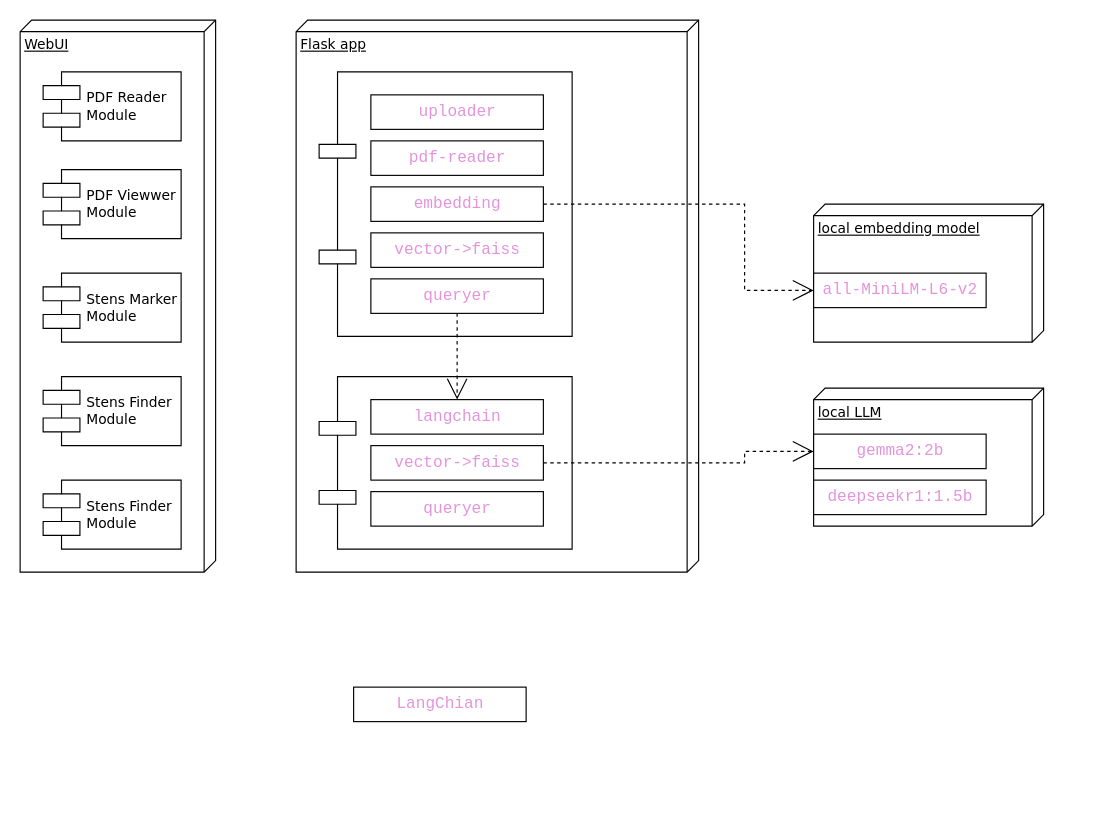
The draw.io diagram 未命名绘图.drawio in TianZonglin/drawioo, before the edit. Source tidied: cells renumbered, new cells numbered last; positions are measured from the earlier drawing's top-left corner, leaving out a move shared by most shapes. Both pictures are drawn from the tidied source at 115%, with x=0, y=0 at pixel (20, 20).
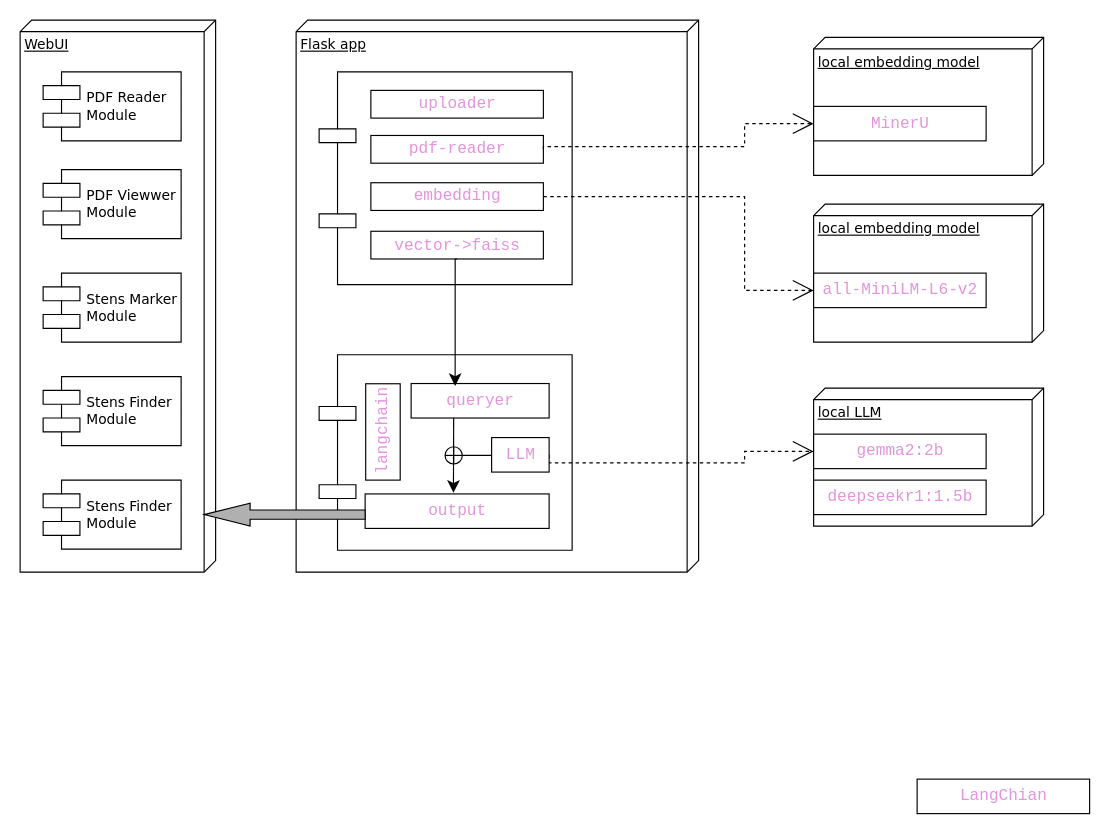
Above is the later version.

Commit message:
更新未命名绘图.drawio

The change refers to these unchanged cells:
```xml
<mxCell id="6" value="local embedding model" style="verticalAlign=top;align=left;spacingTop=8;spacingLeft=2;spacingRight=12;shape=cube;size=10;direction=south;fontStyle=4;html=1;rounded=0;shadow=0;comic=0;labelBackgroundColor=none;strokeWidth=1;fontFamily=Verdana;fontSize=12;" parent="1" vertex="1">
  <mxGeometry x="690" y="160" width="200" height="120" as="geometry" />
</mxCell>
<mxCell id="8" value="&lt;div style=&quot;color: rgb(214, 214, 221); font-family: Consolas, &amp;quot;Courier New&amp;quot;, monospace; font-size: 14px; line-height: 19px; white-space-collapse: preserve;&quot;&gt;&lt;span style=&quot;color: rgb(227, 148, 220);&quot;&gt;gemma2:2b&lt;/span&gt;&lt;/div&gt;" style="html=1;rounded=0;shadow=0;comic=0;labelBackgroundColor=none;strokeWidth=1;fontFamily=Verdana;fontSize=12;align=center;" parent="1" vertex="1">
  <mxGeometry x="690" y="360" width="150" height="30" as="geometry" />
</mxCell>
```

The edit, as a diff of the source:
```diff
@@
     <mxCell id="10" value="&lt;div style=&quot;color: rgb(214, 214, 221); font-family: Consolas, &amp;quot;Courier New&amp;quot;, monospace; font-size: 14px; line-height: 19px; white-space-collapse: preserve;&quot;&gt;&lt;span style=&quot;color: rgb(227, 148, 220);&quot;&gt;LangChian&lt;/span&gt;&lt;/div&gt;" style="html=1;rounded=0;shadow=0;comic=0;labelBackgroundColor=none;strokeWidth=1;fontFamily=Verdana;fontSize=12;align=center;" parent="1" vertex="1">
-      <mxGeometry x="290" y="580" width="150" height="30" as="geometry" />
+      <mxGeometry x="780" y="660" width="150" height="30" as="geometry" />
     </mxCell>
@@
     <mxCell id="15" style="group;" parent="1" vertex="1">
-      <mxGeometry x="260" y="45" width="220" height="230" as="geometry" />
+      <mxGeometry x="260" y="45" width="220" height="185" as="geometry" />
     </mxCell>
     <mxCell id="16" style="shape=component;align=left;spacingLeft=36;rounded=0;shadow=0;comic=0;labelBackgroundColor=none;strokeWidth=1;fontFamily=Verdana;fontSize=12;html=1;" parent="15" vertex="1">
-      <mxGeometry width="220" height="230" as="geometry" />
+      <mxGeometry width="220" height="185" as="geometry" />
     </mxCell>
     <mxCell id="17" value="&lt;div style=&quot;color: rgb(214, 214, 221); font-family: Consolas, &amp;quot;Courier New&amp;quot;, monospace; font-size: 14px; line-height: 19px; white-space-collapse: preserve;&quot;&gt;&lt;span style=&quot;color: rgb(227, 148, 220);&quot;&gt;pdf-reader&lt;/span&gt;&lt;/div&gt;" style="html=1;rounded=0;shadow=0;comic=0;labelBackgroundColor=none;strokeWidth=1;fontFamily=Verdana;fontSize=12;align=center;" parent="15" vertex="1">
-      <mxGeometry x="45" y="60" width="150" height="30" as="geometry" />
+      <mxGeometry x="45" y="55.3" width="150" height="24.1" as="geometry" />
     </mxCell>
     <mxCell id="18" value="&lt;div style=&quot;color: rgb(214, 214, 221); font-family: Consolas, &amp;quot;Courier New&amp;quot;, monospace; font-size: 14px; line-height: 19px; white-space-collapse: preserve;&quot;&gt;&lt;span style=&quot;color: rgb(227, 148, 220);&quot;&gt;uploader&lt;/span&gt;&lt;/div&gt;" style="html=1;rounded=0;shadow=0;comic=0;labelBackgroundColor=none;strokeWidth=1;fontFamily=Verdana;fontSize=12;align=center;" parent="15" vertex="1">
-      <mxGeometry x="45" y="20" width="150" height="30" as="geometry" />
+      <mxGeometry x="45" y="16.1" width="150" height="24.1" as="geometry" />
     </mxCell>
     <mxCell id="19" value="&lt;div style=&quot;color: rgb(214, 214, 221); font-family: Consolas, &amp;quot;Courier New&amp;quot;, monospace; font-size: 14px; line-height: 19px; white-space-collapse: preserve;&quot;&gt;&lt;span style=&quot;color: rgb(227, 148, 220);&quot;&gt;embedding&lt;/span&gt;&lt;/div&gt;" style="html=1;rounded=0;shadow=0;comic=0;labelBackgroundColor=none;strokeWidth=1;fontFamily=Verdana;fontSize=12;align=center;" parent="15" vertex="1">
-      <mxGeometry x="45" y="100" width="150" height="30" as="geometry" />
+      <mxGeometry x="45" y="96.4" width="150" height="24.1" as="geometry" />
     </mxCell>
     <mxCell id="20" value="&lt;div style=&quot;color: rgb(214, 214, 221); font-family: Consolas, &amp;quot;Courier New&amp;quot;, monospace; font-size: 14px; line-height: 19px; white-space-collapse: preserve;&quot;&gt;&lt;span style=&quot;color: rgb(227, 148, 220);&quot;&gt;vector-&amp;gt;faiss&lt;/span&gt;&lt;/div&gt;" style="html=1;rounded=0;shadow=0;comic=0;labelBackgroundColor=none;strokeWidth=1;fontFamily=Verdana;fontSize=12;align=center;" parent="15" vertex="1">
-      <mxGeometry x="45" y="140" width="150" height="30" as="geometry" />
+      <mxGeometry x="45" y="138.6" width="150" height="24.1" as="geometry" />
     </mxCell>
-    <mxCell id="21" value="&lt;div style=&quot;color: rgb(214, 214, 221); font-family: Consolas, &amp;quot;Courier New&amp;quot;, monospace; font-size: 14px; line-height: 19px; white-space-collapse: preserve;&quot;&gt;&lt;span style=&quot;color: rgb(227, 148, 220);&quot;&gt;queryer&lt;/span&gt;&lt;/div&gt;" style="html=1;rounded=0;shadow=0;comic=0;labelBackgroundColor=none;strokeWidth=1;fontFamily=Verdana;fontSize=12;align=center;" parent="15" vertex="1">
-      <mxGeometry x="45" y="180" width="150" height="30" as="geometry" />
-    </mxCell>
     <mxCell id="22" style="shape=component;align=left;spacingLeft=36;rounded=0;shadow=0;comic=0;labelBackgroundColor=none;strokeWidth=1;fontFamily=Verdana;fontSize=12;html=1;" parent="1" vertex="1">
-      <mxGeometry x="260" y="310" width="220" height="150" as="geometry" />
+      <mxGeometry x="260" y="291" width="220" height="170" as="geometry" />
     </mxCell>
-    <mxCell id="23" value="&lt;div style=&quot;color: rgb(214, 214, 221); font-family: Consolas, &amp;quot;Courier New&amp;quot;, monospace; font-size: 14px; line-height: 19px; white-space-collapse: preserve;&quot;&gt;&lt;span style=&quot;color: rgb(227, 148, 220);&quot;&gt;langchain&lt;/span&gt;&lt;/div&gt;" style="html=1;rounded=0;shadow=0;comic=0;labelBackgroundColor=none;strokeWidth=1;fontFamily=Verdana;fontSize=12;align=center;" parent="1" vertex="1">
-      <mxGeometry x="305" y="330" width="150" height="30" as="geometry" />
+    <mxCell id="23" value="&lt;div style=&quot;color: rgb(214, 214, 221); font-family: Consolas, &amp;quot;Courier New&amp;quot;, monospace; font-size: 14px; line-height: 19px; white-space-collapse: preserve;&quot;&gt;&lt;span style=&quot;color: rgb(227, 148, 220);&quot;&gt;langchain&lt;/span&gt;&lt;/div&gt;" style="html=1;rounded=0;shadow=0;comic=0;labelBackgroundColor=none;strokeWidth=1;fontFamily=Verdana;fontSize=12;align=center;rotation=-90;" parent="1" vertex="1">
+      <mxGeometry x="273.6" y="343.1" width="83.8" height="30" as="geometry" />
     </mxCell>
+    <mxCell id="26" style="edgeStyle=orthogonalEdgeStyle;rounded=0;html=1;labelBackgroundColor=none;startArrow=none;startFill=0;startSize=8;endArrow=open;endFill=0;endSize=16;fontFamily=Verdana;fontSize=12;dashed=1;" parent="1" edge="1" source="19" target="6">
+      <mxGeometry relative="1" as="geometry">
+        <Array as="points">
+          <mxPoint x="630" y="153" />
+          <mxPoint x="630" y="235" />
+        </Array>
+      </mxGeometry>
+    </mxCell>
+    <mxCell id="28" style="edgeStyle=orthogonalEdgeStyle;rounded=0;html=1;labelBackgroundColor=none;startArrow=none;startFill=0;startSize=8;endArrow=open;endFill=0;endSize=16;fontFamily=Verdana;fontSize=12;dashed=1;entryX=0;entryY=0.5;entryDx=0;entryDy=0;exitX=1;exitY=0.5;exitDx=0;exitDy=0;" parent="1" edge="1" source="24" target="8">
+      <mxGeometry relative="1" as="geometry">
+        <Array as="points">
+          <mxPoint x="460" y="385" />
+          <mxPoint x="630" y="385" />
+          <mxPoint x="630" y="375" />
+        </Array>
+      </mxGeometry>
+    </mxCell>
+    <mxCell id="29" value="local embedding model" style="verticalAlign=top;align=left;spacingTop=8;spacingLeft=2;spacingRight=12;shape=cube;size=10;direction=south;fontStyle=4;html=1;rounded=0;shadow=0;comic=0;labelBackgroundColor=none;strokeWidth=1;fontFamily=Verdana;fontSize=12;" parent="1" vertex="1">
+      <mxGeometry x="690" y="15" width="200" height="120" as="geometry" />
+    </mxCell>
+    <mxCell id="30" value="&lt;div style=&quot;color: rgb(214, 214, 221); font-family: Consolas, &amp;quot;Courier New&amp;quot;, monospace; font-size: 14px; line-height: 19px; white-space-collapse: preserve;&quot;&gt;&lt;span style=&quot;color: rgb(227, 148, 220);&quot;&gt;MinerU&lt;/span&gt;&lt;/div&gt;" style="html=1;rounded=0;shadow=0;comic=0;labelBackgroundColor=none;strokeWidth=1;fontFamily=Verdana;fontSize=12;align=center;" parent="1" vertex="1">
+      <mxGeometry x="690" y="75" width="150" height="30" as="geometry" />
+    </mxCell>
+    <mxCell id="31" style="edgeStyle=orthogonalEdgeStyle;rounded=0;html=1;labelBackgroundColor=none;startArrow=none;startFill=0;startSize=8;endArrow=open;endFill=0;endSize=16;fontFamily=Verdana;fontSize=12;dashed=1;exitX=1;exitY=0.5;exitDx=0;exitDy=0;" parent="1" edge="1" source="17">
+      <mxGeometry relative="1" as="geometry">
+        <mxPoint x="690" y="90" as="targetPoint" />
+        <Array as="points">
+          <mxPoint x="455" y="110" />
+          <mxPoint x="630" y="110" />
+          <mxPoint x="630" y="90" />
+        </Array>
+      </mxGeometry>
+    </mxCell>
+    <mxCell id="21" value="&lt;div style=&quot;color: rgb(214, 214, 221); font-family: Consolas, &amp;quot;Courier New&amp;quot;, monospace; font-size: 14px; line-height: 19px; white-space-collapse: preserve;&quot;&gt;&lt;span style=&quot;color: rgb(227, 148, 220);&quot;&gt;queryer&lt;/span&gt;&lt;/div&gt;" style="html=1;rounded=0;shadow=0;comic=0;labelBackgroundColor=none;strokeWidth=1;fontFamily=Verdana;fontSize=12;align=center;" parent="1" vertex="1">
+      <mxGeometry x="340" y="316" width="120" height="30" as="geometry" />
+    </mxCell>
+    <mxCell id="32" style="verticalLabelPosition=bottom;verticalAlign=top;html=1;shape=mxgraph.flowchart.summing_function;" parent="1" vertex="1">
+      <mxGeometry x="369.5" y="371" width="15" height="15" as="geometry" />
+    </mxCell>
+    <mxCell id="33" style="line;strokeWidth=1;direction=south;html=1;rotation=90;" parent="1" vertex="1">
+      <mxGeometry x="406" y="352" width="10" height="53" as="geometry" />
+    </mxCell>
+    <mxCell id="25" value="&lt;div style=&quot;font-family: Consolas, &amp;quot;Courier New&amp;quot;, monospace; font-size: 14px; line-height: 19px; white-space-collapse: preserve; color: rgb(214, 214, 221);&quot;&gt;&lt;font color=&quot;#e394dc&quot;&gt;output&lt;/font&gt;&lt;/div&gt;" style="html=1;rounded=0;shadow=0;comic=0;labelBackgroundColor=none;strokeWidth=1;fontFamily=Verdana;fontSize=12;align=center;" parent="1" vertex="1">
+      <mxGeometry x="300" y="412" width="160" height="30" as="geometry" />
+    </mxCell>
+    <mxCell id="34" style="edgeStyle=segmentEdgeStyle;endArrow=classic;html=1;curved=0;rounded=0;endSize=8;startSize=8;exitX=0.308;exitY=0.925;exitDx=0;exitDy=0;exitPerimeter=0;" parent="1" edge="1">
+      <mxGeometry relative="1" as="geometry">
+        <mxPoint x="377" y="345.8" as="sourcePoint" />
+        <mxPoint x="376.8" y="411" as="targetPoint" />
+      </mxGeometry>
+    </mxCell>
-    <mxCell id="24" value="&lt;div style=&quot;color: rgb(214, 214, 221); font-family: Consolas, &amp;quot;Courier New&amp;quot;, monospace; font-size: 14px; line-height: 19px; white-space-collapse: preserve;&quot;&gt;&lt;span style=&quot;color: rgb(227, 148, 220);&quot;&gt;vector-&amp;gt;faiss&lt;/span&gt;&lt;/div&gt;" style="html=1;rounded=0;shadow=0;comic=0;labelBackgroundColor=none;strokeWidth=1;fontFamily=Verdana;fontSize=12;align=center;" parent="1" vertex="1">
-      <mxGeometry x="305" y="370" width="150" height="30" as="geometry" />
+    <mxCell id="24" value="&lt;div style=&quot;color: rgb(214, 214, 221); font-family: Consolas, &amp;quot;Courier New&amp;quot;, monospace; font-size: 14px; line-height: 19px; white-space-collapse: preserve;&quot;&gt;&lt;span style=&quot;color: rgb(227, 148, 220);&quot;&gt;LLM&lt;/span&gt;&lt;/div&gt;" style="html=1;rounded=0;shadow=0;comic=0;labelBackgroundColor=none;strokeWidth=1;fontFamily=Verdana;fontSize=12;align=center;" parent="1" vertex="1">
+      <mxGeometry x="410" y="363" width="50" height="30" as="geometry" />
     </mxCell>
-    <mxCell id="25" value="&lt;div style=&quot;color: rgb(214, 214, 221); font-family: Consolas, &amp;quot;Courier New&amp;quot;, monospace; font-size: 14px; line-height: 19px; white-space-collapse: preserve;&quot;&gt;&lt;span style=&quot;color: rgb(227, 148, 220);&quot;&gt;queryer&lt;/span&gt;&lt;/div&gt;" style="html=1;rounded=0;shadow=0;comic=0;labelBackgroundColor=none;strokeWidth=1;fontFamily=Verdana;fontSize=12;align=center;" parent="1" vertex="1">
-      <mxGeometry x="305" y="410" width="150" height="30" as="geometry" />
-    </mxCell>
-    <mxCell id="26" style="edgeStyle=orthogonalEdgeStyle;rounded=0;html=1;labelBackgroundColor=none;startArrow=none;startFill=0;startSize=8;endArrow=open;endFill=0;endSize=16;fontFamily=Verdana;fontSize=12;dashed=1;" parent="1" edge="1" source="19" target="6">
-      <mxGeometry relative="1" as="geometry">
-        <Array as="points">
-          <mxPoint x="630" y="160" />
-          <mxPoint x="630" y="235" />
-        </Array>
-      </mxGeometry>
-    </mxCell>
-    <mxCell id="27" style="edgeStyle=orthogonalEdgeStyle;rounded=0;html=1;labelBackgroundColor=none;startArrow=none;startFill=0;startSize=8;endArrow=open;endFill=0;endSize=16;fontFamily=Verdana;fontSize=12;dashed=1;exitX=0.5;exitY=1;exitDx=0;exitDy=0;entryX=0.5;entryY=0;entryDx=0;entryDy=0;" parent="1" edge="1" source="21" target="23">
-      <mxGeometry relative="1" as="geometry" />
-    </mxCell>
-    <mxCell id="28" style="edgeStyle=orthogonalEdgeStyle;rounded=0;html=1;labelBackgroundColor=none;startArrow=none;startFill=0;startSize=8;endArrow=open;endFill=0;endSize=16;fontFamily=Verdana;fontSize=12;dashed=1;entryX=0;entryY=0.5;entryDx=0;entryDy=0;" parent="1" edge="1" target="8">
-      <mxGeometry relative="1" as="geometry">
-        <mxPoint x="455" y="385" as="sourcePoint" />
-        <Array as="points">
-          <mxPoint x="630" y="385" />
-          <mxPoint x="630" y="375" />
-        </Array>
-      </mxGeometry>
-    </mxCell>
+    <mxCell id="35" style="edgeStyle=segmentEdgeStyle;endArrow=classic;html=1;curved=0;rounded=0;endSize=8;startSize=8;exitX=0.5;exitY=1;exitDx=0;exitDy=0;entryX=0.319;entryY=0.072;entryDx=0;entryDy=0;entryPerimeter=0;" parent="1" edge="1" source="20" target="21">
+      <mxGeometry relative="1" as="geometry" />
+    </mxCell>
+    <mxCell id="36" style="html=1;shadow=0;dashed=0;align=center;verticalAlign=middle;shape=mxgraph.arrows2.arrow;dy=0.6;dx=40;direction=south;notch=0;rotation=90;fillColor=#B0B0B0;" parent="1" vertex="1">
+      <mxGeometry x="220" y="360" width="20" height="140" as="geometry" />
+    </mxCell>
```
